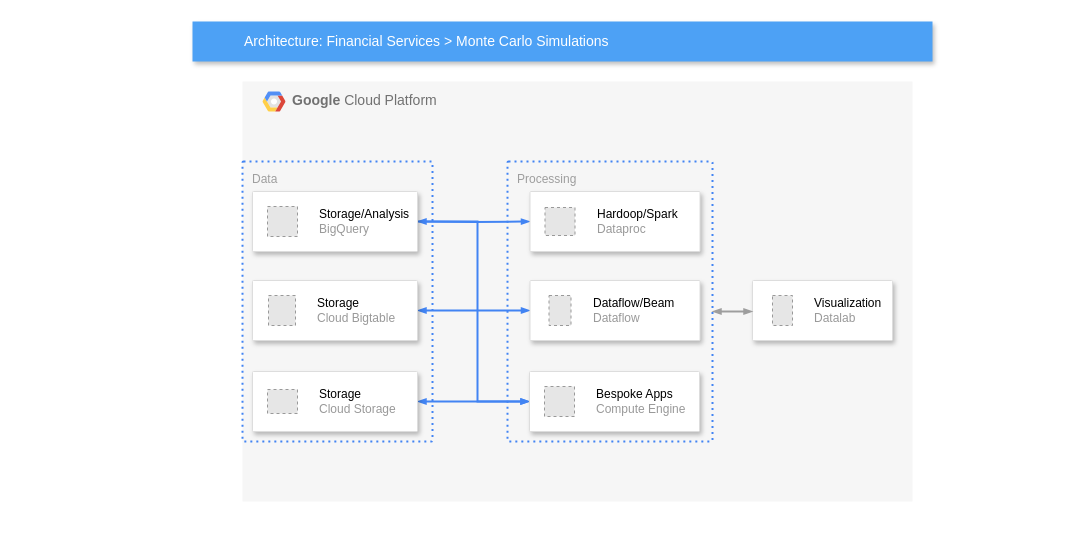
Earlier version of the draw.io diagram v0.drawio (Labor365/614test). Source tidied: cells renumbered, new cells numbered last; positions are measured from the earlier drawing's top-left corner, leaving out a move shared by most shapes. Both pictures are drawn from the tidied source at 100%, with x=0, y=0 at pixel (192, 21). Pictures stored in the file or linked from it are replaced by grey dashed boxes.
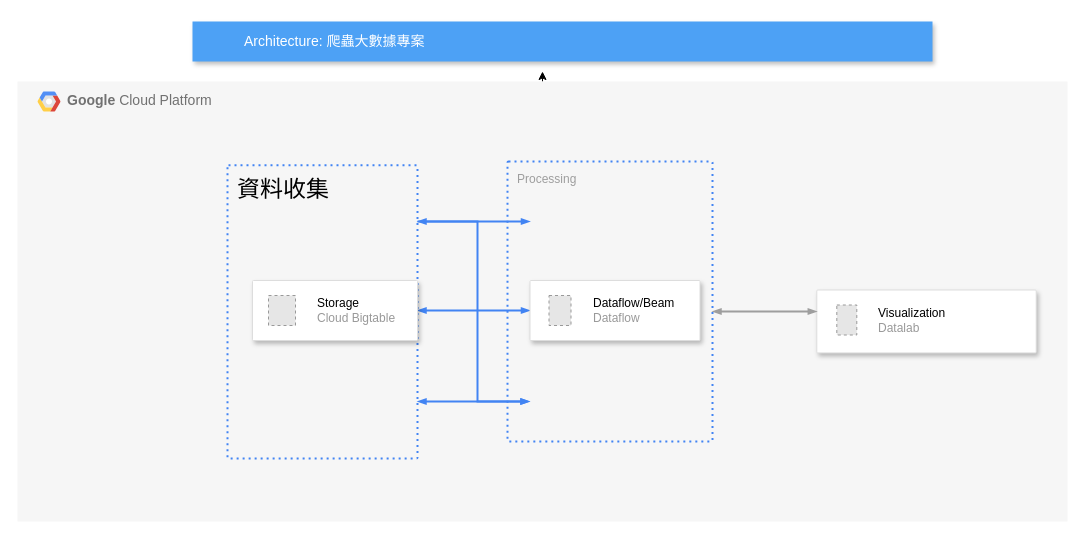
After the change.

Diff of the diagram source:
```diff
@@
+    <mxCell id="26" style="edgeStyle=orthogonalEdgeStyle;rounded=0;jettySize=auto;html=1;exitX=0.5;exitY=0;exitDx=0;exitDy=0;" parent="1" edge="1" source="2">
+      <mxGeometry relative="1" as="geometry">
+        <mxPoint x="350" y="50" as="targetPoint" />
+      </mxGeometry>
+    </mxCell>
     <mxCell id="2" value="&lt;b&gt;Google &lt;/b&gt;Cloud Platform" style="fillColor=#F6F6F6;strokeColor=none;shadow=0;gradientColor=none;fontSize=14;align=left;spacing=10;fontColor=#717171;9E9E9E;verticalAlign=top;spacingTop=-4;fontStyle=0;spacingLeft=40;html=1;" parent="1" vertex="1">
-      <mxGeometry x="50" y="60" width="670" height="420" as="geometry" />
+      <mxGeometry x="-175" y="60" width="1050" height="440" as="geometry" />
     </mxCell>
@@
     <mxCell id="4" style="strokeColor=#dddddd;shadow=1;strokeWidth=1;rounded=1;absoluteArcSize=1;arcSize=2;" parent="2" vertex="1">
-      <mxGeometry x="510" y="199" width="140" height="60" as="geometry" />
+      <mxGeometry x="799.3" y="208.5" width="219.4" height="62.9" as="geometry" />
     </mxCell>
@@
+    <mxCell id="7" value="&lt;font style=&quot;font-size: 23px; color: rgb(0, 0, 0);&quot;&gt;資料收集&lt;/font&gt;" style="rounded=1;absoluteArcSize=1;arcSize=2;html=1;strokeColor=#4284F3;gradientColor=none;shadow=0;dashed=1;fontSize=12;fontColor=#9E9E9E;align=left;verticalAlign=top;spacing=10;spacingTop=-4;fillColor=none;dashPattern=1 2;strokeWidth=2;" parent="2" vertex="1">
+      <mxGeometry x="210" y="83.8" width="190" height="293.3" as="geometry" />
+    </mxCell>
@@
-    <mxCell id="7" value="Data" style="rounded=1;absoluteArcSize=1;arcSize=2;html=1;strokeColor=#4284F3;gradientColor=none;shadow=0;dashed=1;fontSize=12;fontColor=#9E9E9E;align=left;verticalAlign=top;spacing=10;spacingTop=-4;fillColor=none;dashPattern=1 2;strokeWidth=2;" parent="1" vertex="1">
-      <mxGeometry x="50" y="140" width="190" height="280" as="geometry" />
-    </mxCell>
-    <mxCell id="8" value="Architecture: Financial Services &amp;gt; Monte Carlo Simulations" style="fillColor=#4DA1F5;strokeColor=none;shadow=1;gradientColor=none;fontSize=14;align=left;spacingLeft=50;fontColor=#ffffff;html=1;" parent="1" vertex="1">
+    <mxCell id="8" value="Architecture: 爬蟲&lt;span style=&quot;background-color: transparent; color: light-dark(rgb(255, 255, 255), rgb(18, 18, 18));&quot;&gt;大數據專案&lt;/span&gt;" style="fillColor=#4DA1F5;strokeColor=none;shadow=1;gradientColor=none;fontSize=14;align=left;spacingLeft=50;fontColor=#ffffff;html=1;" parent="1" vertex="1">
       <mxGeometry width="740" height="40" as="geometry" />
     </mxCell>
@@
-    <mxCell id="10" style="edgeStyle=orthogonalEdgeStyle;rounded=0;html=1;labelBackgroundColor=none;startFill=1;startSize=4;endArrow=blockThin;endFill=1;endSize=4;jettySize=auto;strokeColor=#4284F3;strokeWidth=2;fontSize=12;fontColor=#000000;align=center;dashed=0;startArrow=blockThin;" parent="1" edge="1" source="18" target="24">
-      <mxGeometry relative="1" as="geometry" />
+    <mxCell id="10" style="edgeStyle=orthogonalEdgeStyle;rounded=0;html=1;labelBackgroundColor=none;startFill=1;startSize=4;endArrow=blockThin;endFill=1;endSize=4;jettySize=auto;orthogonalLoop=1;strokeColor=#4284F3;strokeWidth=2;fontSize=12;fontColor=#000000;align=center;dashed=0;startArrow=blockThin;" parent="1" edge="1">
+      <mxGeometry relative="1" as="geometry">
+        <mxPoint x="225" y="380" as="sourcePoint" />
+        <mxPoint x="337" y="380" as="targetPoint" />
+      </mxGeometry>
     </mxCell>
@@
-    <mxCell id="12" style="edgeStyle=orthogonalEdgeStyle;rounded=0;html=1;labelBackgroundColor=none;startFill=1;startSize=4;endArrow=blockThin;endFill=1;endSize=4;jettySize=auto;strokeColor=#4284F3;strokeWidth=2;fontSize=12;fontColor=#000000;align=center;dashed=0;" parent="1" edge="1" target="20">
+    <mxCell id="12" style="edgeStyle=orthogonalEdgeStyle;rounded=0;html=1;labelBackgroundColor=none;startFill=1;startSize=4;endArrow=blockThin;endFill=1;endSize=4;jettySize=auto;orthogonalLoop=1;strokeColor=#4284F3;strokeWidth=2;fontSize=12;fontColor=#000000;align=center;dashed=0;" parent="1" edge="1">
       <mxGeometry relative="1" as="geometry">
         <mxPoint x="225" y="200" as="sourcePoint" />
+        <mxPoint x="337.5" y="200" as="targetPoint" />
       </mxGeometry>
     </mxCell>
-    <mxCell id="13" style="edgeStyle=orthogonalEdgeStyle;rounded=0;html=1;labelBackgroundColor=none;startFill=1;startSize=4;endArrow=blockThin;endFill=1;endSize=4;jettySize=auto;strokeColor=#4284F3;strokeWidth=2;fontSize=12;fontColor=#000000;align=center;dashed=0;startArrow=blockThin;" parent="1" edge="1" source="14" target="24">
+    <mxCell id="13" style="edgeStyle=orthogonalEdgeStyle;rounded=0;html=1;labelBackgroundColor=none;startFill=1;startSize=4;endArrow=blockThin;endFill=1;endSize=4;jettySize=auto;orthogonalLoop=1;strokeColor=#4284F3;strokeWidth=2;fontSize=12;fontColor=#000000;align=center;dashed=0;startArrow=blockThin;" parent="1" edge="1">
       <mxGeometry relative="1" as="geometry">
+        <mxPoint x="225" y="200" as="sourcePoint" />
+        <mxPoint x="337" y="380" as="targetPoint" />
         <Array as="points">
           <mxPoint x="285" y="200" />
           <mxPoint x="285" y="380" />
         </Array>
       </mxGeometry>
     </mxCell>
-    <mxCell id="14" style="strokeColor=#dddddd;shadow=1;strokeWidth=1;rounded=1;absoluteArcSize=1;arcSize=2;" parent="1" vertex="1">
-      <mxGeometry x="60" y="170" width="165" height="60" as="geometry" />
-    </mxCell>
-    <mxCell id="15" value="&lt;font color=&quot;#000000&quot;&gt;Storage/Analysis&lt;/font&gt;&lt;br&gt;BigQuery" style="fillColor=#E6E6E6;strokeColor=#999999;dashed=1;html=1;fontColor=#999999;verticalLabelPosition=middle;verticalAlign=middle;labelPosition=right;align=left;spacingLeft=20;" parent="14" vertex="1">
-      <mxGeometry width="30" height="30" relative="1" as="geometry">
-        <mxPoint x="15" y="15" as="offset" />
-      </mxGeometry>
-    </mxCell>
@@
-    <mxCell id="18" style="strokeColor=#dddddd;shadow=1;strokeWidth=1;rounded=1;absoluteArcSize=1;arcSize=2;" parent="1" vertex="1">
-      <mxGeometry x="60" y="350" width="165" height="60" as="geometry" />
-    </mxCell>
-    <mxCell id="19" value="&lt;font color=&quot;#000000&quot;&gt;Storage&lt;/font&gt;&lt;br&gt;Cloud Storage" style="fillColor=#E6E6E6;strokeColor=#999999;dashed=1;html=1;fontColor=#999999;verticalLabelPosition=middle;verticalAlign=middle;labelPosition=right;align=left;spacingLeft=20;" parent="18" vertex="1">
-      <mxGeometry width="30" height="24" relative="1" as="geometry">
-        <mxPoint x="15" y="18" as="offset" />
-      </mxGeometry>
-    </mxCell>
-    <mxCell id="20" style="strokeColor=#dddddd;shadow=1;strokeWidth=1;rounded=1;absoluteArcSize=1;arcSize=2;" parent="1" vertex="1">
-      <mxGeometry x="337.5" y="170" width="170" height="60" as="geometry" />
-    </mxCell>
-    <mxCell id="21" value="&lt;font color=&quot;#000000&quot;&gt;Hardoop/Spark&lt;/font&gt;&lt;br&gt;Dataproc" style="fillColor=#E6E6E6;strokeColor=#999999;dashed=1;html=1;fontColor=#999999;verticalLabelPosition=middle;verticalAlign=middle;labelPosition=right;align=left;spacingLeft=20;" parent="20" vertex="1">
-      <mxGeometry width="30" height="28" relative="1" as="geometry">
-        <mxPoint x="15" y="16" as="offset" />
-      </mxGeometry>
-    </mxCell>
@@
-    <mxCell id="24" style="strokeColor=#dddddd;shadow=1;strokeWidth=1;rounded=1;absoluteArcSize=1;arcSize=2;" parent="1" vertex="1">
-      <mxGeometry x="337" y="350" width="170" height="60" as="geometry" />
-    </mxCell>
-    <mxCell id="25" value="&lt;font color=&quot;#000000&quot;&gt;Bespoke Apps&lt;/font&gt;&lt;br&gt;Compute Engine" style="fillColor=#E6E6E6;strokeColor=#999999;dashed=1;html=1;fontColor=#999999;verticalLabelPosition=middle;verticalAlign=middle;labelPosition=right;align=left;spacingLeft=20;" parent="24" vertex="1">
-      <mxGeometry width="30" height="30" relative="1" as="geometry">
-        <mxPoint x="15" y="15" as="offset" />
-      </mxGeometry>
-    </mxCell>
```
